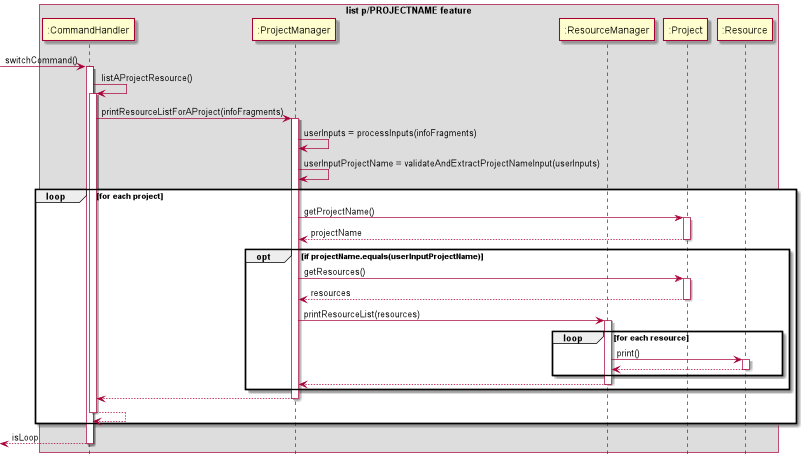
Earlier version of the PlantUML export docs/puml_img/listPROJECTNAMEfinal.png (s-t-e-f/tp).
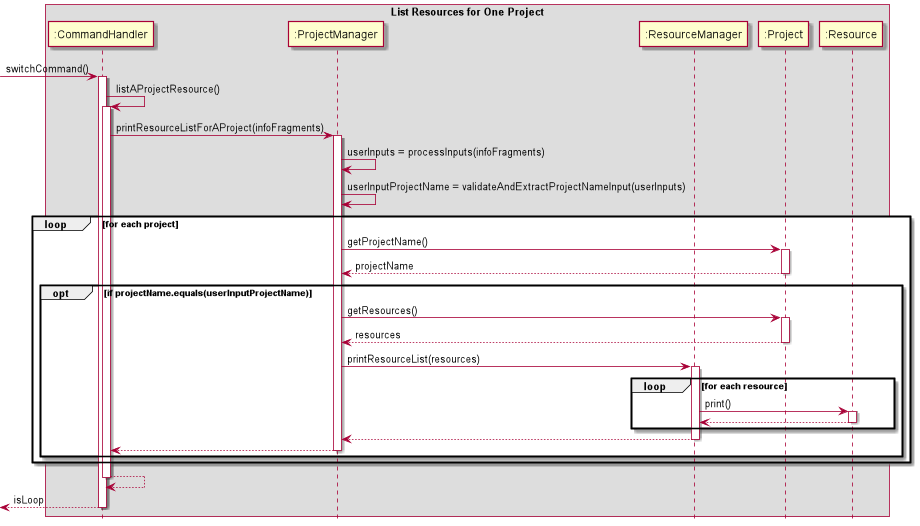
The same diagram one commit later.

Commit message:
Fix list sequence diagrams bugs

Diff of the diagram source:
```diff
@@ -1,6 +1,6 @@
 @startuml
 hide footbox
-box list p/PROJECTNAME feature
+box List Resources for One Project
 participant ":CommandHandler" as CH
 participant ":ProjectManager" as PM
 participant ":ResourceManager" as RM
@@ -28,7 +28,6 @@
         PM -> P: getResources()
         activate P
         return resources
-
         PM -> RM: printResourceList(resources)
         activate RM
         loop for each resource
@@ -36,13 +35,12 @@
             activate R
             return
         end
-        return
-        end
 
         return
         return
-end
-
+        end
+        end
+        return
 return isLoop
 
 @enduml
```
